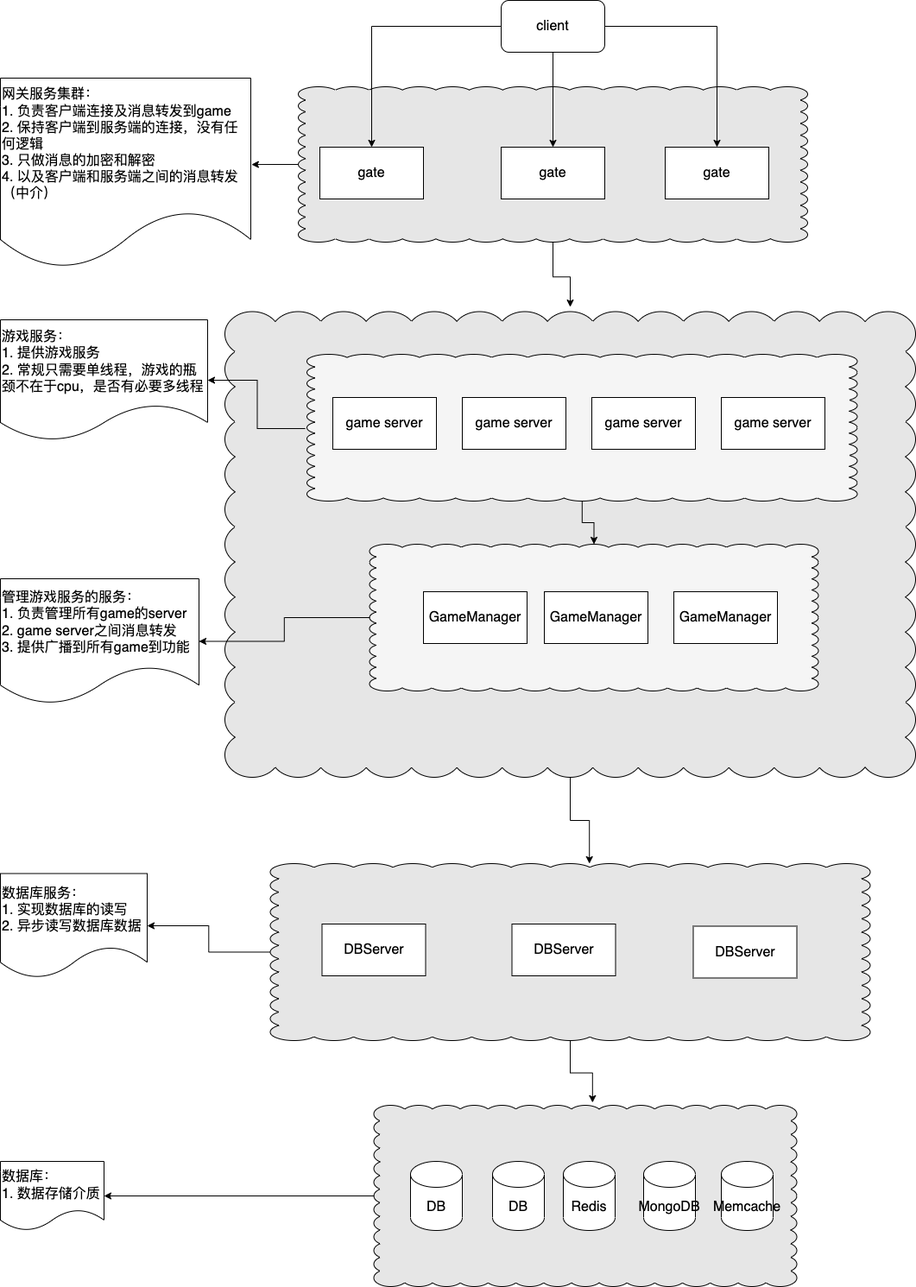
Before: imags/architecture.drawio.png, a diagram exported from draw.io (smakry/smakry.github.io). Source tidied: cells renumbered, new cells last; positions are measured from the earlier drawing's top-left corner, leaving out a move shared by most shapes.
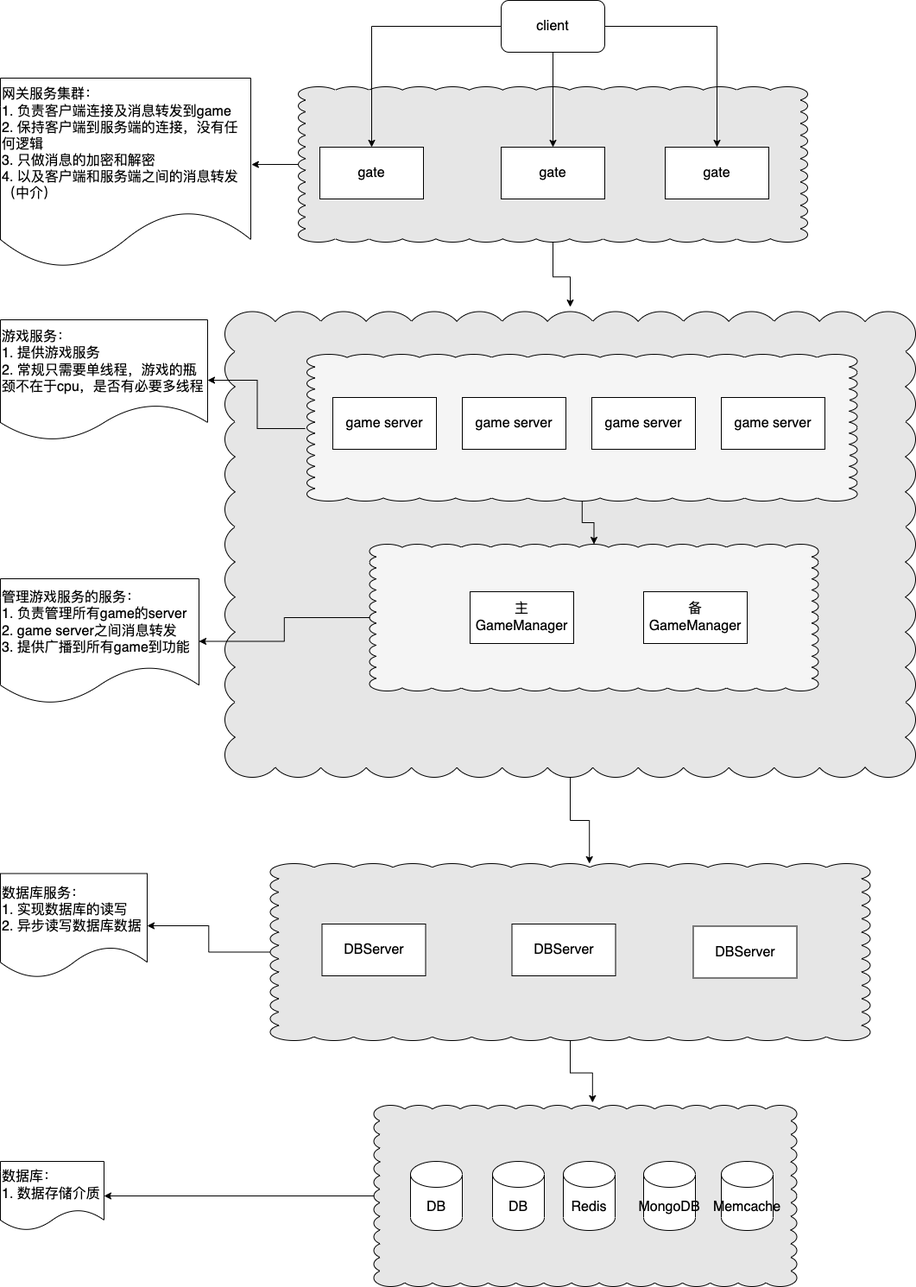
Above is the later version.

Change to the diagram source:
```diff
@@ -97,15 +97,9 @@
     <mxCell id="31" style="whiteSpace=wrap;html=1;shape=mxgraph.basic.cloud_rect;labelBackgroundColor=none;fillColor=#F5F5F5;" parent="1" vertex="1">
       <mxGeometry x="427.5" y="630" width="520" height="170" as="geometry" />
     </mxCell>
-    <mxCell id="32" value="GameManager" style="rounded=0;whiteSpace=wrap;html=1;labelBackgroundColor=none;fillColor=#FFFFFF;" parent="1" vertex="1">
-      <mxGeometry x="490" y="685" width="120" height="60" as="geometry" />
+    <mxCell id="32" value="主&lt;br&gt;GameManager" style="rounded=0;whiteSpace=wrap;html=1;labelBackgroundColor=none;fillColor=#FFFFFF;" parent="1" vertex="1">
+      <mxGeometry x="544" y="685" width="120" height="60" as="geometry" />
     </mxCell>
-    <mxCell id="33" value="GameManager" style="rounded=0;whiteSpace=wrap;html=1;labelBackgroundColor=none;fillColor=#FFFFFF;" parent="1" vertex="1">
-      <mxGeometry x="630" y="685" width="120" height="60" as="geometry" />
-    </mxCell>
-    <mxCell id="34" value="GameManager" style="rounded=0;whiteSpace=wrap;html=1;labelBackgroundColor=none;fillColor=#FFFFFF;" parent="1" vertex="1">
-      <mxGeometry x="780" y="685" width="120" height="60" as="geometry" />
-    </mxCell>
     <mxCell id="35" style="edgeStyle=orthogonalEdgeStyle;rounded=0;jettySize=auto;html=1;" parent="1" edge="1" source="36" target="31">
       <mxGeometry relative="1" as="geometry" />
     </mxCell>
@@ -136,5 +130,8 @@
     <mxCell id="44" value="数据库：&lt;br&gt;1. 数据存储介质" style="shape=document;whiteSpace=wrap;html=1;boundedLbl=1;fillColor=#FFFFFF;labelBackgroundColor=none;align=left;" parent="1" vertex="1">
       <mxGeometry y="1345" width="120" height="80" as="geometry" />
     </mxCell>
+    <mxCell id="45" value="备&lt;br&gt;GameManager" style="rounded=0;whiteSpace=wrap;html=1;labelBackgroundColor=none;fillColor=#FFFFFF;" parent="1" vertex="1">
+      <mxGeometry x="745" y="685" width="120" height="60" as="geometry" />
+    </mxCell>
   </root>
 </mxGraphModel>
```
